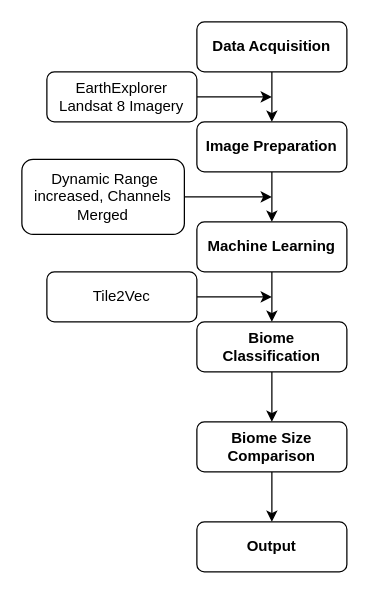
This is ProjectFlowchart.drawio from CalumMcM/MInf-Project, a draw.io file, before an edit. Source tidied: cells renumbered, new cells numbered last; positions are measured from the earlier drawing's top-left corner, leaving out a move shared by most shapes. Both pictures are drawn from the tidied source at 125%, with x=0, y=0 at pixel (21, 21).
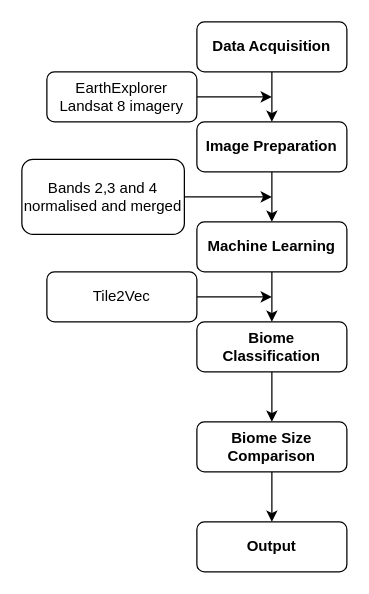
Above is the later version.

What changed in the source:
```diff
@@
-    <mxCell id="5" value="EarthExplorer&lt;br&gt;Landsat 8 Imagery" style="rounded=1;whiteSpace=wrap;html=1;fontSize=12;glass=0;strokeWidth=1;shadow=0;" parent="1" vertex="1">
+    <mxCell id="5" value="EarthExplorer&lt;br&gt;Landsat 8 imagery" style="rounded=1;whiteSpace=wrap;html=1;fontSize=12;glass=0;strokeWidth=1;shadow=0;" parent="1" vertex="1">
       <mxGeometry x="20" y="40" width="120" height="40" as="geometry" />
     </mxCell>
@@
-    <mxCell id="15" value="&amp;nbsp;Dynamic Range increased, Channels Merged" style="rounded=1;whiteSpace=wrap;html=1;fontSize=12;glass=0;strokeWidth=1;shadow=0;" parent="1" vertex="1">
+    <mxCell id="15" value="Bands 2,3 and 4 normalised and merged" style="rounded=1;whiteSpace=wrap;html=1;fontSize=12;glass=0;strokeWidth=1;shadow=0;" parent="1" vertex="1">
       <mxGeometry y="110" width="130" height="60" as="geometry" />
     </mxCell>
```
